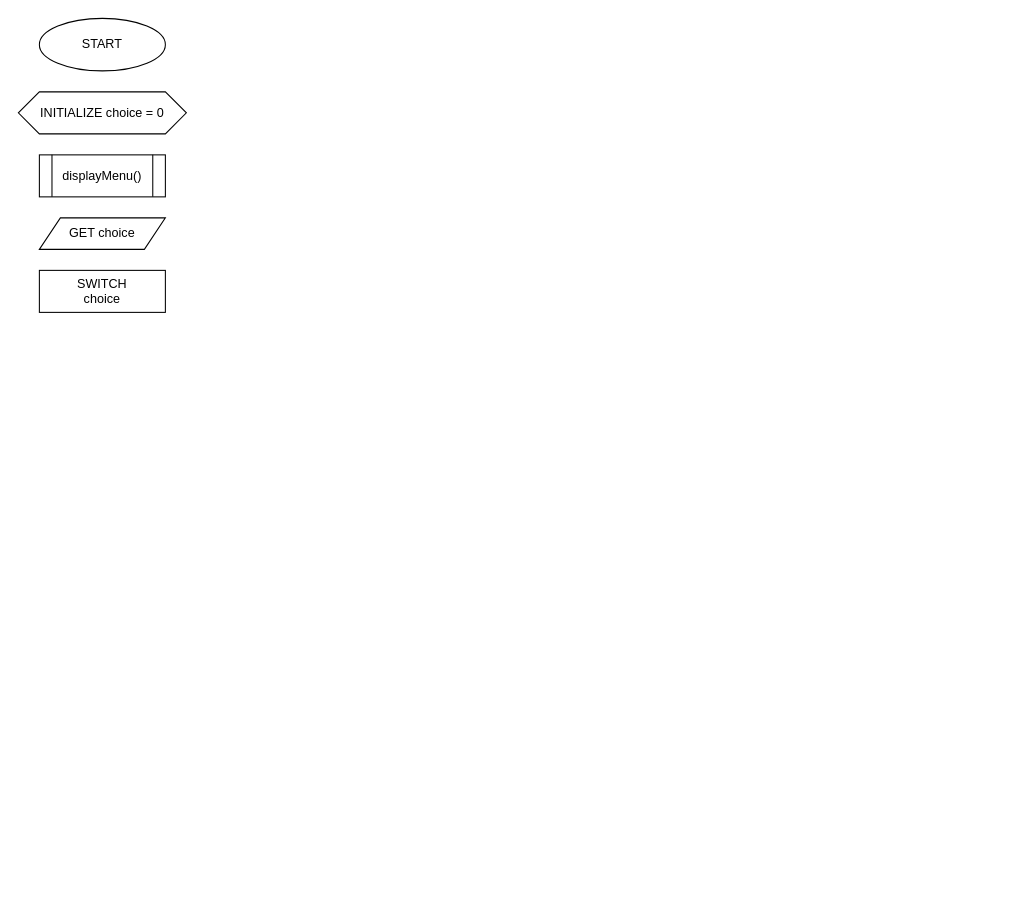
barrosaur/first-year-cpe-lab keeps this draw.io diagram as page "Page-3" (3 of 3) of Lab Exercise 6/Exercise 6.drawio. Above is the earlier version. Source tidied: cells renumbered, new cells numbered last; positions are measured from the earlier drawing's top-left corner, leaving out a move shared by most shapes. Both pictures are drawn from the tidied source at 105%, with x=0, y=0 at pixel (18, 18).
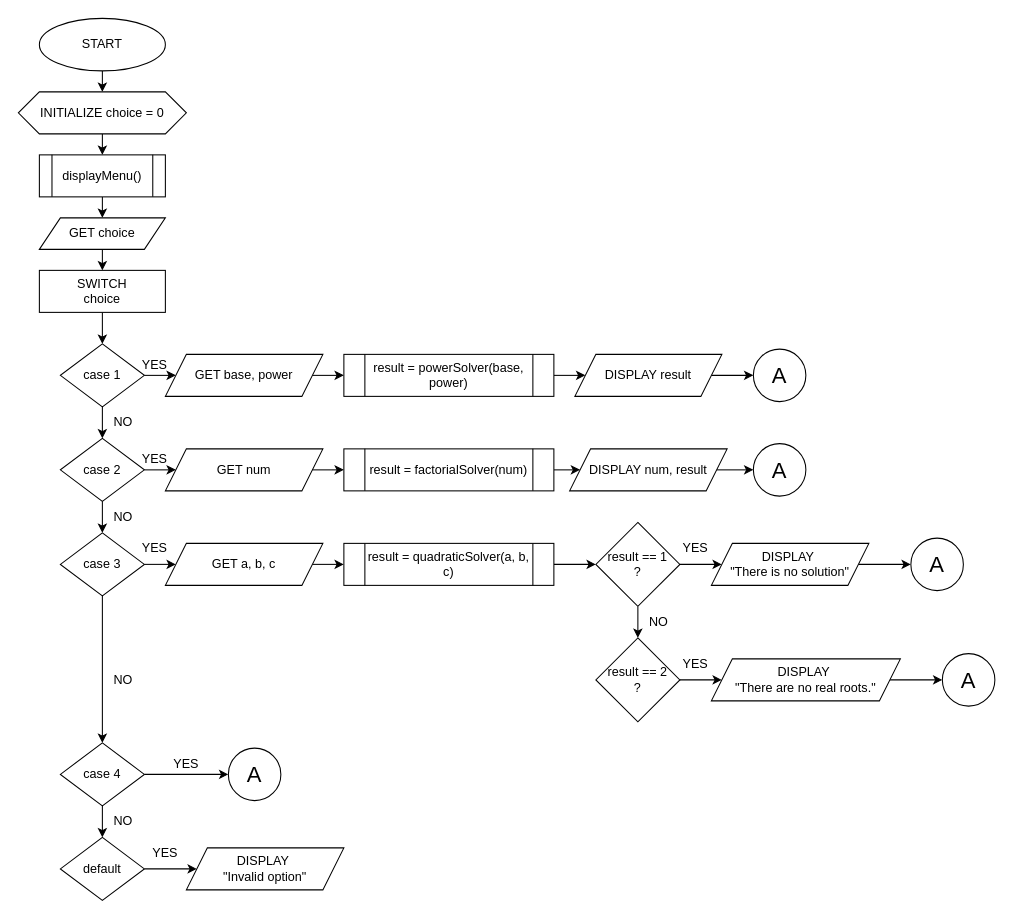
The same diagram, later.

The change refers to these unchanged cells:
```xml
<mxCell id="2" value="START" style="ellipse;whiteSpace=wrap;html=1;" parent="1" vertex="1">
  <mxGeometry x="20" width="120" height="50" as="geometry" />
</mxCell>
<mxCell id="3" value="INITIALIZE choice = 0" style="shape=hexagon;perimeter=hexagonPerimeter2;whiteSpace=wrap;html=1;fixedSize=1;" parent="1" vertex="1">
  <mxGeometry y="70" width="160" height="40" as="geometry" />
</mxCell>
<mxCell id="4" value="displayMenu()" style="shape=process;whiteSpace=wrap;html=1;backgroundOutline=1;" parent="1" vertex="1">
  <mxGeometry x="20" y="130" width="120" height="40" as="geometry" />
</mxCell>
<mxCell id="5" value="GET choice" style="shape=parallelogram;perimeter=parallelogramPerimeter;whiteSpace=wrap;html=1;fixedSize=1;" parent="1" vertex="1">
  <mxGeometry x="20" y="190" width="120" height="30" as="geometry" />
</mxCell>
<mxCell id="6" value="SWITCH&lt;div&gt;choice&lt;/div&gt;" style="rounded=0;whiteSpace=wrap;html=1;" parent="1" vertex="1">
  <mxGeometry x="20" y="240" width="120" height="40" as="geometry" />
</mxCell>
```

Change to the diagram source:
```diff
@@
+    <mxCell id="7" style="edgeStyle=orthogonalEdgeStyle;rounded=0;jettySize=auto;html=1;exitX=0.5;exitY=1;exitDx=0;exitDy=0;entryX=0.5;entryY=0;entryDx=0;entryDy=0;" parent="1" edge="1" source="2" target="3">
+      <mxGeometry relative="1" as="geometry" />
+    </mxCell>
@@
+    <mxCell id="8" style="edgeStyle=orthogonalEdgeStyle;rounded=0;jettySize=auto;html=1;exitX=0.5;exitY=1;exitDx=0;exitDy=0;entryX=0.5;entryY=0;entryDx=0;entryDy=0;" parent="1" edge="1" source="3" target="4">
+      <mxGeometry relative="1" as="geometry" />
+    </mxCell>
@@
+    <mxCell id="9" style="edgeStyle=orthogonalEdgeStyle;rounded=0;jettySize=auto;html=1;exitX=0.5;exitY=1;exitDx=0;exitDy=0;entryX=0.5;entryY=0;entryDx=0;entryDy=0;" parent="1" edge="1" source="4" target="5">
+      <mxGeometry relative="1" as="geometry" />
+    </mxCell>
@@
+    <mxCell id="10" style="edgeStyle=orthogonalEdgeStyle;rounded=0;jettySize=auto;html=1;exitX=0.5;exitY=1;exitDx=0;exitDy=0;entryX=0.5;entryY=0;entryDx=0;entryDy=0;" parent="1" edge="1" source="5" target="6">
+      <mxGeometry relative="1" as="geometry" />
+    </mxCell>
@@
+    <mxCell id="11" style="edgeStyle=orthogonalEdgeStyle;rounded=0;jettySize=auto;html=1;exitX=0.5;exitY=1;exitDx=0;exitDy=0;entryX=0.5;entryY=0;entryDx=0;entryDy=0;" parent="1" edge="1" source="6" target="14">
+      <mxGeometry relative="1" as="geometry" />
+    </mxCell>
@@
+    <mxCell id="12" style="edgeStyle=orthogonalEdgeStyle;rounded=0;jettySize=auto;html=1;exitX=0.5;exitY=1;exitDx=0;exitDy=0;entryX=0.5;entryY=0;entryDx=0;entryDy=0;" parent="1" edge="1" source="14" target="18">
+      <mxGeometry relative="1" as="geometry" />
+    </mxCell>
+    <mxCell id="13" style="edgeStyle=orthogonalEdgeStyle;rounded=0;jettySize=auto;html=1;exitX=1;exitY=0.5;exitDx=0;exitDy=0;entryX=0;entryY=0.5;entryDx=0;entryDy=0;" parent="1" edge="1" source="14" target="28">
+      <mxGeometry relative="1" as="geometry" />
+    </mxCell>
+    <mxCell id="14" value="case 1" style="rhombus;whiteSpace=wrap;html=1;" parent="1" vertex="1">
+      <mxGeometry x="40" y="310" width="80" height="60" as="geometry" />
+    </mxCell>
+    <mxCell id="15" value="NO" style="text;html=1;align=center;verticalAlign=middle;whiteSpace=wrap;rounded=0;" parent="1" vertex="1">
+      <mxGeometry x="70" y="370" width="60" height="30" as="geometry" />
+    </mxCell>
+    <mxCell id="16" style="edgeStyle=orthogonalEdgeStyle;rounded=0;jettySize=auto;html=1;exitX=0.5;exitY=1;exitDx=0;exitDy=0;entryX=0.5;entryY=0;entryDx=0;entryDy=0;" parent="1" edge="1" source="18" target="21">
+      <mxGeometry relative="1" as="geometry" />
+    </mxCell>
+    <mxCell id="17" style="edgeStyle=orthogonalEdgeStyle;rounded=0;jettySize=auto;html=1;exitX=1;exitY=0.5;exitDx=0;exitDy=0;entryX=0;entryY=0.5;entryDx=0;entryDy=0;" parent="1" edge="1" source="18" target="35">
+      <mxGeometry relative="1" as="geometry" />
+    </mxCell>
+    <mxCell id="18" value="case 2" style="rhombus;whiteSpace=wrap;html=1;" parent="1" vertex="1">
+      <mxGeometry x="40" y="400" width="80" height="60" as="geometry" />
+    </mxCell>
+    <mxCell id="19" style="edgeStyle=orthogonalEdgeStyle;rounded=0;jettySize=auto;html=1;exitX=0.5;exitY=1;exitDx=0;exitDy=0;entryX=0.5;entryY=0;entryDx=0;entryDy=0;" parent="1" edge="1" source="21" target="25">
+      <mxGeometry relative="1" as="geometry" />
+    </mxCell>
+    <mxCell id="20" style="edgeStyle=orthogonalEdgeStyle;rounded=0;jettySize=auto;html=1;exitX=1;exitY=0.5;exitDx=0;exitDy=0;entryX=0;entryY=0.5;entryDx=0;entryDy=0;" parent="1" edge="1" source="21" target="45">
+      <mxGeometry relative="1" as="geometry" />
+    </mxCell>
+    <mxCell id="21" value="case 3" style="rhombus;whiteSpace=wrap;html=1;" parent="1" vertex="1">
+      <mxGeometry x="40" y="490" width="80" height="60" as="geometry" />
+    </mxCell>
+    <mxCell id="22" value="NO" style="text;html=1;align=center;verticalAlign=middle;whiteSpace=wrap;rounded=0;" parent="1" vertex="1">
+      <mxGeometry x="70" y="460" width="60" height="30" as="geometry" />
+    </mxCell>
+    <mxCell id="23" style="edgeStyle=orthogonalEdgeStyle;rounded=0;jettySize=auto;html=1;exitX=0.5;exitY=1;exitDx=0;exitDy=0;entryX=0.5;entryY=0;entryDx=0;entryDy=0;" parent="1" edge="1" source="25" target="42">
+      <mxGeometry relative="1" as="geometry" />
+    </mxCell>
+    <mxCell id="24" style="edgeStyle=orthogonalEdgeStyle;rounded=0;jettySize=auto;html=1;exitX=1;exitY=0.5;exitDx=0;exitDy=0;entryX=0;entryY=0.5;entryDx=0;entryDy=0;" parent="1" edge="1" source="25" target="65">
+      <mxGeometry relative="1" as="geometry" />
+    </mxCell>
+    <mxCell id="25" value="case 4" style="rhombus;whiteSpace=wrap;html=1;" parent="1" vertex="1">
+      <mxGeometry x="40" y="690" width="80" height="60" as="geometry" />
+    </mxCell>
+    <mxCell id="26" value="NO" style="text;html=1;align=center;verticalAlign=middle;whiteSpace=wrap;rounded=0;" parent="1" vertex="1">
+      <mxGeometry x="70" y="615" width="60" height="30" as="geometry" />
+    </mxCell>
+    <mxCell id="27" style="edgeStyle=orthogonalEdgeStyle;rounded=0;jettySize=auto;html=1;exitX=1;exitY=0.5;exitDx=0;exitDy=0;entryX=0;entryY=0.5;entryDx=0;entryDy=0;" parent="1" edge="1" source="28" target="30">
+      <mxGeometry relative="1" as="geometry" />
+    </mxCell>
+    <mxCell id="28" value="GET base, power" style="shape=parallelogram;perimeter=parallelogramPerimeter;whiteSpace=wrap;html=1;fixedSize=1;" parent="1" vertex="1">
+      <mxGeometry x="140" y="320" width="150" height="40" as="geometry" />
+    </mxCell>
+    <mxCell id="29" style="edgeStyle=orthogonalEdgeStyle;rounded=0;jettySize=auto;html=1;exitX=1;exitY=0.5;exitDx=0;exitDy=0;entryX=0;entryY=0.5;entryDx=0;entryDy=0;" parent="1" edge="1" source="30" target="32">
+      <mxGeometry relative="1" as="geometry" />
+    </mxCell>
+    <mxCell id="30" value="result = powerSolver(base, power)" style="shape=process;whiteSpace=wrap;html=1;backgroundOutline=1;" parent="1" vertex="1">
+      <mxGeometry x="310" y="320" width="200" height="40" as="geometry" />
+    </mxCell>
+    <mxCell id="31" style="edgeStyle=orthogonalEdgeStyle;rounded=0;jettySize=auto;html=1;exitX=1;exitY=0.5;exitDx=0;exitDy=0;entryX=0;entryY=0.5;entryDx=0;entryDy=0;" parent="1" edge="1" source="32" target="33">
+      <mxGeometry relative="1" as="geometry" />
+    </mxCell>
+    <mxCell id="32" value="DISPLAY result" style="shape=parallelogram;perimeter=parallelogramPerimeter;whiteSpace=wrap;html=1;fixedSize=1;" parent="1" vertex="1">
+      <mxGeometry x="530" y="320" width="140" height="40" as="geometry" />
+    </mxCell>
+    <mxCell id="33" value="&lt;font style=&quot;font-size: 21px;&quot;&gt;A&lt;/font&gt;" style="ellipse;whiteSpace=wrap;html=1;" parent="1" vertex="1">
+      <mxGeometry x="700" y="315" width="50" height="50" as="geometry" />
+    </mxCell>
+    <mxCell id="34" style="edgeStyle=orthogonalEdgeStyle;rounded=0;jettySize=auto;html=1;exitX=1;exitY=0.5;exitDx=0;exitDy=0;entryX=0;entryY=0.5;entryDx=0;entryDy=0;" parent="1" edge="1" source="35" target="37">
+      <mxGeometry relative="1" as="geometry" />
+    </mxCell>
+    <mxCell id="35" value="GET num" style="shape=parallelogram;perimeter=parallelogramPerimeter;whiteSpace=wrap;html=1;fixedSize=1;" parent="1" vertex="1">
+      <mxGeometry x="140" y="410" width="150" height="40" as="geometry" />
+    </mxCell>
+    <mxCell id="36" style="edgeStyle=orthogonalEdgeStyle;rounded=0;jettySize=auto;html=1;exitX=1;exitY=0.5;exitDx=0;exitDy=0;entryX=0;entryY=0.5;entryDx=0;entryDy=0;" parent="1" edge="1" source="37" target="39">
+      <mxGeometry relative="1" as="geometry" />
+    </mxCell>
+    <mxCell id="37" value="result = factorialSolver(num)" style="shape=process;whiteSpace=wrap;html=1;backgroundOutline=1;" parent="1" vertex="1">
+      <mxGeometry x="310" y="410" width="200" height="40" as="geometry" />
+    </mxCell>
+    <mxCell id="38" style="edgeStyle=orthogonalEdgeStyle;rounded=0;jettySize=auto;html=1;exitX=1;exitY=0.5;exitDx=0;exitDy=0;entryX=0;entryY=0.5;entryDx=0;entryDy=0;" parent="1" edge="1" source="39" target="40">
+      <mxGeometry relative="1" as="geometry" />
+    </mxCell>
+    <mxCell id="39" value="DISPLAY num, result" style="shape=parallelogram;perimeter=parallelogramPerimeter;whiteSpace=wrap;html=1;fixedSize=1;" parent="1" vertex="1">
+      <mxGeometry x="525" y="410" width="150" height="40" as="geometry" />
+    </mxCell>
+    <mxCell id="40" value="&lt;font style=&quot;font-size: 21px;&quot;&gt;A&lt;/font&gt;" style="ellipse;whiteSpace=wrap;html=1;" parent="1" vertex="1">
+      <mxGeometry x="700" y="405" width="50" height="50" as="geometry" />
+    </mxCell>
+    <mxCell id="41" style="edgeStyle=orthogonalEdgeStyle;rounded=0;jettySize=auto;html=1;exitX=1;exitY=0.5;exitDx=0;exitDy=0;entryX=0;entryY=0.5;entryDx=0;entryDy=0;" parent="1" edge="1" source="42" target="66">
+      <mxGeometry relative="1" as="geometry" />
+    </mxCell>
+    <mxCell id="42" value="default" style="rhombus;whiteSpace=wrap;html=1;" parent="1" vertex="1">
+      <mxGeometry x="40" y="780" width="80" height="60" as="geometry" />
+    </mxCell>
+    <mxCell id="43" value="NO" style="text;html=1;align=center;verticalAlign=middle;whiteSpace=wrap;rounded=0;" parent="1" vertex="1">
+      <mxGeometry x="70" y="750" width="60" height="30" as="geometry" />
+    </mxCell>
+    <mxCell id="44" style="edgeStyle=orthogonalEdgeStyle;rounded=0;jettySize=auto;html=1;exitX=1;exitY=0.5;exitDx=0;exitDy=0;entryX=0;entryY=0.5;entryDx=0;entryDy=0;" parent="1" edge="1" source="45" target="47">
+      <mxGeometry relative="1" as="geometry" />
+    </mxCell>
+    <mxCell id="45" value="GET a, b, c" style="shape=parallelogram;perimeter=parallelogramPerimeter;whiteSpace=wrap;html=1;fixedSize=1;" parent="1" vertex="1">
+      <mxGeometry x="140" y="500" width="150" height="40" as="geometry" />
+    </mxCell>
+    <mxCell id="46" style="edgeStyle=orthogonalEdgeStyle;rounded=0;jettySize=auto;html=1;exitX=1;exitY=0.5;exitDx=0;exitDy=0;entryX=0;entryY=0.5;entryDx=0;entryDy=0;" parent="1" edge="1" source="47" target="53">
+      <mxGeometry relative="1" as="geometry" />
+    </mxCell>
+    <mxCell id="47" value="result = quadraticSolver(a, b, c)" style="shape=process;whiteSpace=wrap;html=1;backgroundOutline=1;" parent="1" vertex="1">
+      <mxGeometry x="310" y="500" width="200" height="40" as="geometry" />
+    </mxCell>
+    <mxCell id="48" value="YES" style="text;html=1;align=center;verticalAlign=middle;whiteSpace=wrap;rounded=0;" parent="1" vertex="1">
+      <mxGeometry x="100" y="315" width="60" height="30" as="geometry" />
+    </mxCell>
+    <mxCell id="49" value="YES" style="text;html=1;align=center;verticalAlign=middle;whiteSpace=wrap;rounded=0;" parent="1" vertex="1">
+      <mxGeometry x="100" y="405" width="60" height="30" as="geometry" />
+    </mxCell>
+    <mxCell id="50" value="YES" style="text;html=1;align=center;verticalAlign=middle;whiteSpace=wrap;rounded=0;" parent="1" vertex="1">
+      <mxGeometry x="100" y="490" width="60" height="30" as="geometry" />
+    </mxCell>
+    <mxCell id="51" style="edgeStyle=orthogonalEdgeStyle;rounded=0;jettySize=auto;html=1;exitX=0.5;exitY=1;exitDx=0;exitDy=0;entryX=0.5;entryY=0;entryDx=0;entryDy=0;" parent="1" edge="1" source="53" target="58">
+      <mxGeometry relative="1" as="geometry" />
+    </mxCell>
+    <mxCell id="52" style="edgeStyle=orthogonalEdgeStyle;rounded=0;jettySize=auto;html=1;exitX=1;exitY=0.5;exitDx=0;exitDy=0;entryX=0;entryY=0.5;entryDx=0;entryDy=0;" parent="1" edge="1" source="53" target="56">
+      <mxGeometry relative="1" as="geometry" />
+    </mxCell>
+    <mxCell id="53" value="result == 1&lt;div&gt;?&lt;/div&gt;" style="rhombus;whiteSpace=wrap;html=1;" parent="1" vertex="1">
+      <mxGeometry x="550" y="480" width="80" height="80" as="geometry" />
+    </mxCell>
+    <mxCell id="54" value="YES" style="text;html=1;align=center;verticalAlign=middle;whiteSpace=wrap;rounded=0;" parent="1" vertex="1">
+      <mxGeometry x="615" y="490" width="60" height="30" as="geometry" />
+    </mxCell>
+    <mxCell id="55" style="edgeStyle=orthogonalEdgeStyle;rounded=0;jettySize=auto;html=1;exitX=1;exitY=0.5;exitDx=0;exitDy=0;entryX=0;entryY=0.5;entryDx=0;entryDy=0;" parent="1" edge="1" source="56" target="63">
+      <mxGeometry relative="1" as="geometry" />
+    </mxCell>
+    <mxCell id="56" value="DISPLAY&amp;nbsp;&lt;div&gt;&quot;There is no solution&quot;&lt;/div&gt;" style="shape=parallelogram;perimeter=parallelogramPerimeter;whiteSpace=wrap;html=1;fixedSize=1;" parent="1" vertex="1">
+      <mxGeometry x="660" y="500" width="150" height="40" as="geometry" />
+    </mxCell>
+    <mxCell id="57" style="edgeStyle=orthogonalEdgeStyle;rounded=0;jettySize=auto;html=1;exitX=1;exitY=0.5;exitDx=0;exitDy=0;entryX=0;entryY=0.5;entryDx=0;entryDy=0;" parent="1" edge="1" source="58" target="62">
+      <mxGeometry relative="1" as="geometry" />
+    </mxCell>
+    <mxCell id="58" value="result == 2&lt;div&gt;?&lt;/div&gt;" style="rhombus;whiteSpace=wrap;html=1;" parent="1" vertex="1">
+      <mxGeometry x="550" y="590" width="80" height="80" as="geometry" />
+    </mxCell>
+    <mxCell id="59" value="NO" style="text;html=1;align=center;verticalAlign=middle;whiteSpace=wrap;rounded=0;" parent="1" vertex="1">
+      <mxGeometry x="580" y="560" width="60" height="30" as="geometry" />
+    </mxCell>
+    <mxCell id="60" value="YES" style="text;html=1;align=center;verticalAlign=middle;whiteSpace=wrap;rounded=0;" parent="1" vertex="1">
+      <mxGeometry x="615" y="600" width="60" height="30" as="geometry" />
+    </mxCell>
+    <mxCell id="61" style="edgeStyle=orthogonalEdgeStyle;rounded=0;jettySize=auto;html=1;exitX=1;exitY=0.5;exitDx=0;exitDy=0;entryX=0;entryY=0.5;entryDx=0;entryDy=0;" parent="1" edge="1" source="62" target="64">
+      <mxGeometry relative="1" as="geometry" />
+    </mxCell>
+    <mxCell id="62" value="DISPLAY&amp;nbsp;&lt;div&gt;&quot;There are no real roots.&quot;&lt;/div&gt;" style="shape=parallelogram;perimeter=parallelogramPerimeter;whiteSpace=wrap;html=1;fixedSize=1;" parent="1" vertex="1">
+      <mxGeometry x="660" y="610" width="180" height="40" as="geometry" />
+    </mxCell>
+    <mxCell id="63" value="&lt;font style=&quot;font-size: 21px;&quot;&gt;A&lt;/font&gt;" style="ellipse;whiteSpace=wrap;html=1;" parent="1" vertex="1">
+      <mxGeometry x="850" y="495" width="50" height="50" as="geometry" />
+    </mxCell>
+    <mxCell id="64" value="&lt;font style=&quot;font-size: 21px;&quot;&gt;A&lt;/font&gt;" style="ellipse;whiteSpace=wrap;html=1;" parent="1" vertex="1">
+      <mxGeometry x="880" y="605" width="50" height="50" as="geometry" />
+    </mxCell>
+    <mxCell id="65" value="&lt;font style=&quot;font-size: 21px;&quot;&gt;A&lt;/font&gt;" style="ellipse;whiteSpace=wrap;html=1;" parent="1" vertex="1">
+      <mxGeometry x="200" y="695" width="50" height="50" as="geometry" />
+    </mxCell>
+    <mxCell id="66" value="DISPLAY&amp;nbsp;&lt;div&gt;&quot;Invalid option&quot;&lt;/div&gt;" style="shape=parallelogram;perimeter=parallelogramPerimeter;whiteSpace=wrap;html=1;fixedSize=1;" parent="1" vertex="1">
+      <mxGeometry x="160" y="790" width="150" height="40" as="geometry" />
+    </mxCell>
+    <mxCell id="67" value="YES" style="text;html=1;align=center;verticalAlign=middle;whiteSpace=wrap;rounded=0;" parent="1" vertex="1">
+      <mxGeometry x="130" y="695" width="60" height="30" as="geometry" />
+    </mxCell>
+    <mxCell id="68" value="YES" style="text;html=1;align=center;verticalAlign=middle;whiteSpace=wrap;rounded=0;" parent="1" vertex="1">
+      <mxGeometry x="110" y="780" width="60" height="30" as="geometry" />
+    </mxCell>
```
